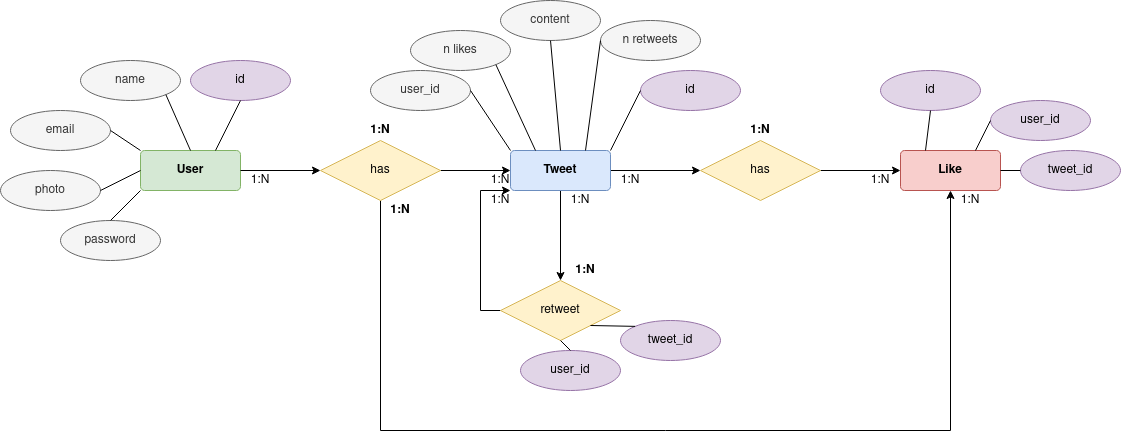
Earlier version of the draw.io export assets/img/twitter_project.png (r-osoriobarra/ViajesChile). Source tidied: cells renumbered, new cells last; positions are measured from the earlier drawing's top-left corner, leaving out a move shared by most shapes. Source of this version:
```xml
<mxGraphModel>
  <root>
    <mxCell id="0" />
    <mxCell id="1" parent="0" />
    <mxCell id="2" value="User" style="rounded=1;arcSize=10;whiteSpace=wrap;html=1;align=center;fillColor=#d5e8d4;strokeColor=#82b366;fontStyle=1;" parent="1" vertex="1">
      <mxGeometry x="140" y="150" width="100" height="40" as="geometry" />
    </mxCell>
    <mxCell id="3" style="edgeStyle=orthogonalEdgeStyle;rounded=0;jettySize=auto;html=1;exitX=1;exitY=0.5;exitDx=0;exitDy=0;entryX=0;entryY=0.5;entryDx=0;entryDy=0;" parent="1" edge="1" source="5" target="8">
      <mxGeometry relative="1" as="geometry" />
    </mxCell>
    <mxCell id="4" style="edgeStyle=orthogonalEdgeStyle;rounded=0;jettySize=auto;html=1;exitX=0.5;exitY=1;exitDx=0;exitDy=0;entryX=0.5;entryY=1;entryDx=0;entryDy=0;" parent="1" edge="1" source="5" target="11">
      <mxGeometry relative="1" as="geometry">
        <Array as="points">
          <mxPoint x="380" y="430" />
          <mxPoint x="950" y="430" />
        </Array>
      </mxGeometry>
    </mxCell>
    <mxCell id="5" value="has" style="shape=rhombus;perimeter=rhombusPerimeter;whiteSpace=wrap;html=1;align=center;fillColor=#fff2cc;strokeColor=#d6b656;" parent="1" vertex="1">
      <mxGeometry x="320" y="140" width="120" height="60" as="geometry" />
    </mxCell>
    <mxCell id="6" style="edgeStyle=orthogonalEdgeStyle;rounded=0;jettySize=auto;html=1;exitX=1;exitY=0.5;exitDx=0;exitDy=0;entryX=0;entryY=0.5;entryDx=0;entryDy=0;" parent="1" edge="1" source="8" target="10">
      <mxGeometry relative="1" as="geometry" />
    </mxCell>
    <mxCell id="7" style="edgeStyle=orthogonalEdgeStyle;rounded=0;jettySize=auto;html=1;" parent="1" edge="1" source="8" target="21">
      <mxGeometry relative="1" as="geometry" />
    </mxCell>
    <mxCell id="8" value="Tweet" style="rounded=1;arcSize=10;whiteSpace=wrap;html=1;align=center;fillColor=#dae8fc;strokeColor=#6c8ebf;fontStyle=1;" parent="1" vertex="1">
      <mxGeometry x="510" y="150" width="100" height="40" as="geometry" />
    </mxCell>
    <mxCell id="9" style="edgeStyle=orthogonalEdgeStyle;rounded=0;jettySize=auto;html=1;exitX=1;exitY=0.5;exitDx=0;exitDy=0;entryX=0;entryY=0.5;entryDx=0;entryDy=0;" parent="1" edge="1" source="10" target="11">
      <mxGeometry relative="1" as="geometry" />
    </mxCell>
    <mxCell id="10" value="has" style="shape=rhombus;perimeter=rhombusPerimeter;whiteSpace=wrap;html=1;align=center;fillColor=#fff2cc;strokeColor=#d6b656;" parent="1" vertex="1">
      <mxGeometry x="700" y="140" width="120" height="60" as="geometry" />
    </mxCell>
    <mxCell id="11" value="Like" style="rounded=1;arcSize=10;whiteSpace=wrap;html=1;align=center;fillColor=#f8cecc;strokeColor=#b85450;fontStyle=1;" parent="1" vertex="1">
      <mxGeometry x="900" y="150" width="100" height="40" as="geometry" />
    </mxCell>
    <mxCell id="12" style="endArrow=classic;html=1;exitX=1;exitY=0.5;exitDx=0;exitDy=0;entryX=0;entryY=0.5;entryDx=0;entryDy=0;" parent="1" edge="1" source="2" target="5">
      <mxGeometry relative="1" as="geometry" />
    </mxCell>
    <mxCell id="13" value="name" style="ellipse;whiteSpace=wrap;html=1;align=center;fillColor=#f5f5f5;strokeColor=#666666;fontColor=#333333;" parent="1" vertex="1">
      <mxGeometry x="80" y="60" width="100" height="40" as="geometry" />
    </mxCell>
    <mxCell id="14" value="email" style="ellipse;whiteSpace=wrap;html=1;align=center;fillColor=#f5f5f5;strokeColor=#666666;fontColor=#333333;" parent="1" vertex="1">
      <mxGeometry x="10" y="110" width="100" height="40" as="geometry" />
    </mxCell>
    <mxCell id="15" value="photo&lt;span style=&quot;color: rgba(0 , 0 , 0 , 0) ; font-family: monospace ; font-size: 0px&quot;&gt;%3CmxGraphModel%3E%3Croot%3E%3CmxCell%20id%3D%220%22%2F%3E%3CmxCell%20id%3D%221%22%20parent%3D%220%22%2F%3E%3CmxCell%20id%3D%222%22%20value%3D%22email%22%20style%3D%22ellipse%3BwhiteSpace%3Dwrap%3Bhtml%3D1%3Balign%3Dcenter%3BfillColor%3Dnone%3B%22%20vertex%3D%221%22%20parent%3D%221%22%3E%3CmxGeometry%20x%3D%22-130%22%20y%3D%22190%22%20width%3D%22100%22%20height%3D%2240%22%20as%3D%22geometry%22%2F%3E%3C%2FmxCell%3E%3C%2Froot%3E%3C%2FmxGraphModel%3E&lt;/span&gt;" style="ellipse;whiteSpace=wrap;html=1;align=center;fillColor=#f5f5f5;strokeColor=#666666;fontColor=#333333;" parent="1" vertex="1">
      <mxGeometry y="170" width="100" height="40" as="geometry" />
    </mxCell>
    <mxCell id="16" value="password" style="ellipse;whiteSpace=wrap;html=1;align=center;fillColor=#f5f5f5;strokeColor=#666666;fontColor=#333333;" parent="1" vertex="1">
      <mxGeometry x="60" y="220" width="100" height="40" as="geometry" />
    </mxCell>
    <mxCell id="17" value="content" style="ellipse;whiteSpace=wrap;html=1;align=center;fillColor=#f5f5f5;strokeColor=#666666;fontColor=#333333;" parent="1" vertex="1">
      <mxGeometry x="500" width="100" height="40" as="geometry" />
    </mxCell>
    <mxCell id="18" value="n likes" style="ellipse;whiteSpace=wrap;html=1;align=center;fillColor=#f5f5f5;strokeColor=#666666;fontColor=#333333;" parent="1" vertex="1">
      <mxGeometry x="410" y="30" width="100" height="40" as="geometry" />
    </mxCell>
    <mxCell id="19" value="n retweets" style="ellipse;whiteSpace=wrap;html=1;align=center;fillColor=#f5f5f5;strokeColor=#666666;fontColor=#333333;" parent="1" vertex="1">
      <mxGeometry x="600" y="20" width="100" height="40" as="geometry" />
    </mxCell>
    <mxCell id="20" style="edgeStyle=orthogonalEdgeStyle;rounded=0;jettySize=auto;html=1;entryX=0;entryY=1;entryDx=0;entryDy=0;exitX=0;exitY=0.5;exitDx=0;exitDy=0;" parent="1" edge="1" source="21" target="8">
      <mxGeometry relative="1" as="geometry">
        <Array as="points">
          <mxPoint x="480" y="310" />
          <mxPoint x="480" y="190" />
        </Array>
      </mxGeometry>
    </mxCell>
    <mxCell id="21" value="retweet" style="shape=rhombus;perimeter=rhombusPerimeter;whiteSpace=wrap;html=1;align=center;fillColor=#fff2cc;strokeColor=#d6b656;" parent="1" vertex="1">
      <mxGeometry x="500" y="280" width="120" height="60" as="geometry" />
    </mxCell>
    <mxCell id="22" value="tweet_id" style="ellipse;whiteSpace=wrap;html=1;align=center;fillColor=#e1d5e7;strokeColor=#9673a6;" parent="1" vertex="1">
      <mxGeometry x="620" y="320" width="100" height="40" as="geometry" />
    </mxCell>
    <mxCell id="23" value="id" style="ellipse;whiteSpace=wrap;html=1;align=center;fillColor=#e1d5e7;strokeColor=#9673a6;" parent="1" vertex="1">
      <mxGeometry x="190" y="60" width="100" height="40" as="geometry" />
    </mxCell>
    <mxCell id="24" value="id" style="ellipse;whiteSpace=wrap;html=1;align=center;fillColor=#e1d5e7;strokeColor=#9673a6;" parent="1" vertex="1">
      <mxGeometry x="640" y="70" width="100" height="40" as="geometry" />
    </mxCell>
    <mxCell id="25" value="user_id" style="ellipse;whiteSpace=wrap;html=1;align=center;fillColor=#f5f5f5;strokeColor=#666666;fontColor=#333333;" parent="1" vertex="1">
      <mxGeometry x="370" y="70" width="100" height="40" as="geometry" />
    </mxCell>
    <mxCell id="26" value="user_id" style="ellipse;whiteSpace=wrap;html=1;align=center;fillColor=#e1d5e7;strokeColor=#9673a6;" parent="1" vertex="1">
      <mxGeometry x="520" y="350" width="100" height="40" as="geometry" />
    </mxCell>
    <mxCell id="27" value="id" style="ellipse;whiteSpace=wrap;html=1;align=center;fillColor=#e1d5e7;strokeColor=#9673a6;" parent="1" vertex="1">
      <mxGeometry x="880" y="70" width="100" height="40" as="geometry" />
    </mxCell>
    <mxCell id="28" value="user_id" style="ellipse;whiteSpace=wrap;html=1;align=center;fillColor=#e1d5e7;strokeColor=#9673a6;" parent="1" vertex="1">
      <mxGeometry x="990" y="100" width="100" height="40" as="geometry" />
    </mxCell>
    <mxCell id="29" value="tweet_id" style="ellipse;whiteSpace=wrap;html=1;align=center;fillColor=#e1d5e7;strokeColor=#9673a6;" parent="1" vertex="1">
      <mxGeometry x="1020" y="150" width="100" height="40" as="geometry" />
    </mxCell>
    <mxCell id="30" style="endArrow=none;html=1;exitX=0.75;exitY=0;exitDx=0;exitDy=0;entryX=0.5;entryY=1;entryDx=0;entryDy=0;" parent="1" edge="1" source="2" target="23">
      <mxGeometry relative="1" as="geometry" />
    </mxCell>
    <mxCell id="31" style="endArrow=none;html=1;exitX=0.5;exitY=0;exitDx=0;exitDy=0;entryX=1;entryY=1;entryDx=0;entryDy=0;" parent="1" edge="1" source="2" target="13">
      <mxGeometry relative="1" as="geometry" />
    </mxCell>
    <mxCell id="32" style="endArrow=none;html=1;exitX=0;exitY=0;exitDx=0;exitDy=0;entryX=1;entryY=0.5;entryDx=0;entryDy=0;" parent="1" edge="1" source="2" target="14">
      <mxGeometry relative="1" as="geometry" />
    </mxCell>
    <mxCell id="33" style="endArrow=none;html=1;exitX=0;exitY=0.5;exitDx=0;exitDy=0;entryX=1;entryY=0.5;entryDx=0;entryDy=0;" parent="1" edge="1" source="2" target="15">
      <mxGeometry relative="1" as="geometry" />
    </mxCell>
    <mxCell id="34" style="endArrow=none;html=1;exitX=0;exitY=1;exitDx=0;exitDy=0;entryX=0.5;entryY=0;entryDx=0;entryDy=0;" parent="1" edge="1" source="2" target="16">
      <mxGeometry relative="1" as="geometry" />
    </mxCell>
    <mxCell id="35" style="endArrow=none;html=1;exitX=1;exitY=0.5;exitDx=0;exitDy=0;entryX=0;entryY=0;entryDx=0;entryDy=0;" parent="1" edge="1" source="25" target="8">
      <mxGeometry relative="1" as="geometry" />
    </mxCell>
    <mxCell id="36" style="endArrow=none;html=1;exitX=1;exitY=1;exitDx=0;exitDy=0;entryX=0.25;entryY=0;entryDx=0;entryDy=0;" parent="1" edge="1" source="18" target="8">
      <mxGeometry relative="1" as="geometry" />
    </mxCell>
    <mxCell id="37" style="endArrow=none;html=1;exitX=0.5;exitY=1;exitDx=0;exitDy=0;entryX=0.5;entryY=0;entryDx=0;entryDy=0;" parent="1" edge="1" source="17" target="8">
      <mxGeometry relative="1" as="geometry" />
    </mxCell>
    <mxCell id="38" style="endArrow=none;html=1;exitX=0;exitY=0.5;exitDx=0;exitDy=0;entryX=0.75;entryY=0;entryDx=0;entryDy=0;" parent="1" edge="1" source="19" target="8">
      <mxGeometry relative="1" as="geometry" />
    </mxCell>
    <mxCell id="39" style="endArrow=none;html=1;exitX=0;exitY=0.5;exitDx=0;exitDy=0;entryX=1;entryY=0;entryDx=0;entryDy=0;" parent="1" edge="1" source="24" target="8">
      <mxGeometry relative="1" as="geometry" />
    </mxCell>
    <mxCell id="40" style="endArrow=none;html=1;exitX=0.5;exitY=1;exitDx=0;exitDy=0;entryX=0.5;entryY=0;entryDx=0;entryDy=0;" parent="1" edge="1" source="21" target="26">
      <mxGeometry relative="1" as="geometry" />
    </mxCell>
    <mxCell id="41" style="endArrow=none;html=1;exitX=1;exitY=1;exitDx=0;exitDy=0;entryX=0;entryY=0;entryDx=0;entryDy=0;" parent="1" edge="1" source="21" target="22">
      <mxGeometry relative="1" as="geometry" />
    </mxCell>
    <mxCell id="42" style="endArrow=none;html=1;exitX=0.5;exitY=1;exitDx=0;exitDy=0;entryX=0.25;entryY=0;entryDx=0;entryDy=0;" parent="1" edge="1" source="27" target="11">
      <mxGeometry relative="1" as="geometry" />
    </mxCell>
    <mxCell id="43" style="endArrow=none;html=1;exitX=0;exitY=0.5;exitDx=0;exitDy=0;entryX=0.75;entryY=0;entryDx=0;entryDy=0;" parent="1" edge="1" source="28" target="11">
      <mxGeometry relative="1" as="geometry" />
    </mxCell>
    <mxCell id="44" style="endArrow=none;html=1;exitX=0;exitY=0.5;exitDx=0;exitDy=0;" parent="1" edge="1" source="29">
      <mxGeometry relative="1" as="geometry">
        <mxPoint x="1000" y="170" as="targetPoint" />
      </mxGeometry>
    </mxCell>
    <mxCell id="45" value="1:N" style="text;html=1;strokeColor=none;fillColor=none;align=center;verticalAlign=middle;whiteSpace=wrap;rounded=0;" parent="1" vertex="1">
      <mxGeometry x="240" y="170" width="40" height="20" as="geometry" />
    </mxCell>
    <mxCell id="46" value="1:N" style="text;html=1;strokeColor=none;fillColor=none;align=center;verticalAlign=middle;whiteSpace=wrap;rounded=0;" parent="1" vertex="1">
      <mxGeometry x="480" y="170" width="40" height="20" as="geometry" />
    </mxCell>
    <mxCell id="47" value="1:N" style="text;html=1;strokeColor=none;fillColor=none;align=center;verticalAlign=middle;whiteSpace=wrap;rounded=0;fontStyle=1;" parent="1" vertex="1">
      <mxGeometry x="360" y="120" width="40" height="20" as="geometry" />
    </mxCell>
    <mxCell id="48" value="1:N" style="text;html=1;strokeColor=none;fillColor=none;align=center;verticalAlign=middle;whiteSpace=wrap;rounded=0;" parent="1" vertex="1">
      <mxGeometry x="610" y="170" width="40" height="20" as="geometry" />
    </mxCell>
    <mxCell id="49" value="1:N" style="text;html=1;strokeColor=none;fillColor=none;align=center;verticalAlign=middle;whiteSpace=wrap;rounded=0;" parent="1" vertex="1">
      <mxGeometry x="860" y="170" width="40" height="20" as="geometry" />
    </mxCell>
    <mxCell id="50" value="1:N" style="text;html=1;strokeColor=none;fillColor=none;align=center;verticalAlign=middle;whiteSpace=wrap;rounded=0;fontStyle=1;" parent="1" vertex="1">
      <mxGeometry x="740" y="120" width="40" height="20" as="geometry" />
    </mxCell>
    <mxCell id="51" value="1:N" style="text;html=1;strokeColor=none;fillColor=none;align=center;verticalAlign=middle;whiteSpace=wrap;rounded=0;" parent="1" vertex="1">
      <mxGeometry x="560" y="190" width="40" height="20" as="geometry" />
    </mxCell>
    <mxCell id="52" value="1:N" style="text;html=1;strokeColor=none;fillColor=none;align=center;verticalAlign=middle;whiteSpace=wrap;rounded=0;" parent="1" vertex="1">
      <mxGeometry x="480" y="190" width="40" height="20" as="geometry" />
    </mxCell>
    <mxCell id="53" value="1:N" style="text;html=1;strokeColor=none;fillColor=none;align=center;verticalAlign=middle;whiteSpace=wrap;rounded=0;fontStyle=1;" parent="1" vertex="1">
      <mxGeometry x="565" y="260" width="40" height="20" as="geometry" />
    </mxCell>
    <mxCell id="54" value="1:N" style="text;html=1;strokeColor=none;fillColor=none;align=center;verticalAlign=middle;whiteSpace=wrap;rounded=0;" parent="1" vertex="1">
      <mxGeometry x="950" y="190" width="40" height="20" as="geometry" />
    </mxCell>
    <mxCell id="55" value="1:N" style="text;html=1;strokeColor=none;fillColor=none;align=center;verticalAlign=middle;whiteSpace=wrap;rounded=0;fontStyle=1;" parent="1" vertex="1">
      <mxGeometry x="380" y="200" width="40" height="20" as="geometry" />
    </mxCell>
  </root>
</mxGraphModel>
```
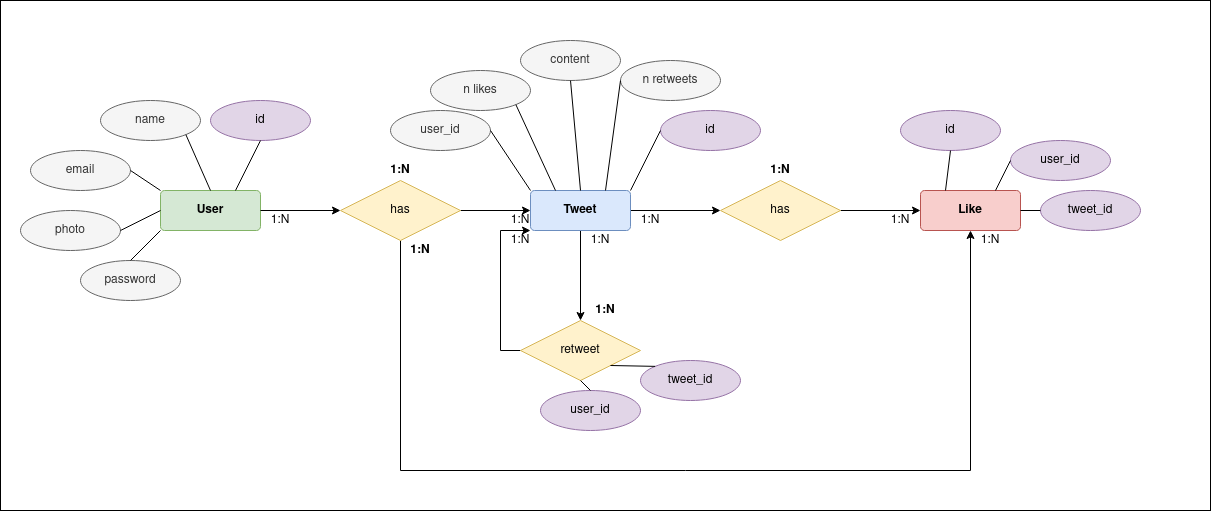
After the change.

What changed in the source:
```diff
@@ -2,6 +2,9 @@
   <root>
     <mxCell id="0" />
     <mxCell id="1" parent="0" />
+    <mxCell id="56" style="rounded=0;whiteSpace=wrap;html=1;" parent="1" vertex="1">
+      <mxGeometry x="-20" y="-40" width="1210" height="510" as="geometry" />
+    </mxCell>
     <mxCell id="2" value="User" style="rounded=1;arcSize=10;whiteSpace=wrap;html=1;align=center;fillColor=#d5e8d4;strokeColor=#82b366;fontStyle=1;" parent="1" vertex="1">
       <mxGeometry x="140" y="150" width="100" height="40" as="geometry" />
     </mxCell>
```
